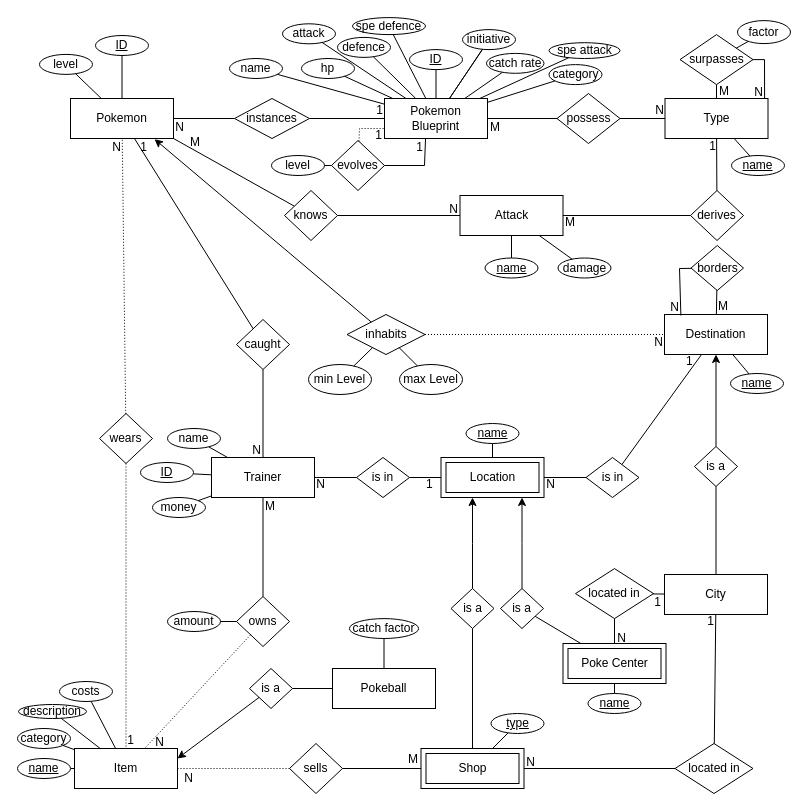
Before: Projekt/Pokemon Scuffed Grey.drawio in mypictur3esforu/Pokemon-Scuffed-Grey, a draw.io diagram. Source tidied: cells renumbered, new cells numbered last; positions are measured from the earlier drawing's top-left corner, leaving out a move shared by most shapes. Both pictures are drawn from the tidied source at 100%, with x=0, y=0 at pixel (17, 17).
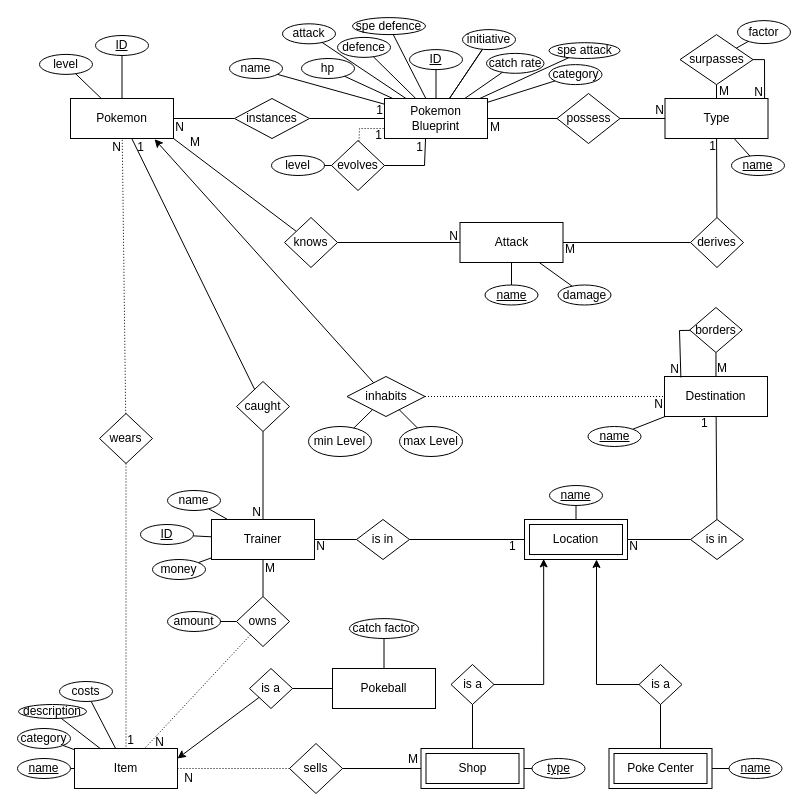
Above is the later version.

Commit message (it also covers changes not shown here):
City Deleted City Deleted and Reletations from Shop and Poke Center to City and later Destination. Shops and Poke Center now just are Locations.

Unchanged cells that the change refers to:
```xml
<mxCell id="13" value="Shop" style="shape=ext;margin=3;double=1;whiteSpace=wrap;html=1;align=center;" parent="1" vertex="1">
  <mxGeometry x="403.5" y="731" width="103" height="40" as="geometry" />
</mxCell>
```

What changed in the source:
```diff
@@
     <mxCell id="3" value="Destination" style="whiteSpace=wrap;html=1;align=center;" parent="1" vertex="1">
-      <mxGeometry x="647" y="297" width="103" height="40" as="geometry" />
+      <mxGeometry x="647" y="359" width="103" height="40" as="geometry" />
     </mxCell>
     <mxCell id="4" value="Trainer" style="whiteSpace=wrap;html=1;align=center;" parent="1" vertex="1">
-      <mxGeometry x="194" y="440" width="103" height="40" as="geometry" />
+      <mxGeometry x="194" y="502" width="103" height="40" as="geometry" />
     </mxCell>
     <mxCell id="5" value="Attack" style="whiteSpace=wrap;html=1;align=center;" parent="1" vertex="1">
-      <mxGeometry x="442.5" y="178" width="103" height="40" as="geometry" />
+      <mxGeometry x="442.5" y="205" width="103" height="40" as="geometry" />
     </mxCell>
-    <mxCell id="6" value="City" style="whiteSpace=wrap;html=1;align=center;" parent="1" vertex="1">
-      <mxGeometry x="647" y="557" width="103" height="40" as="geometry" />
-    </mxCell>
-    <mxCell id="7" style="edgeStyle=orthogonalEdgeStyle;rounded=0;jettySize=auto;html=1;" parent="1" edge="1" source="8" target="3">
-      <mxGeometry relative="1" as="geometry" />
-    </mxCell>
-    <mxCell id="8" value="is a" style="shape=rhombus;perimeter=rhombusPerimeter;whiteSpace=wrap;html=1;align=center;" parent="1" vertex="1">
-      <mxGeometry x="677" y="429" width="43" height="40" as="geometry" />
-    </mxCell>
-    <mxCell id="9" style="endArrow=none;html=1;rounded=0;" parent="1" edge="1" source="6" target="8">
-      <mxGeometry relative="1" as="geometry" />
-    </mxCell>
     <mxCell id="10" value="caught" style="shape=rhombus;perimeter=rhombusPerimeter;whiteSpace=wrap;html=1;align=center;" parent="1" vertex="1">
-      <mxGeometry x="219" y="302" width="53" height="50" as="geometry" />
+      <mxGeometry x="219" y="364" width="53" height="50" as="geometry" />
     </mxCell>
     <mxCell id="11" value="Poke Center" style="shape=ext;margin=3;double=1;whiteSpace=wrap;html=1;align=center;" parent="1" vertex="1">
-      <mxGeometry x="545.5" y="626" width="103" height="40" as="geometry" />
+      <mxGeometry x="591.5" y="731" width="103" height="40" as="geometry" />
     </mxCell>
-    <mxCell id="12" value="located in" style="shape=rhombus;perimeter=rhombusPerimeter;whiteSpace=wrap;html=1;align=center;" parent="1" vertex="1">
-      <mxGeometry x="558" y="551.1" width="78" height="50" as="geometry" />
-    </mxCell>
@@
-    <mxCell id="14" value="located in" style="shape=rhombus;perimeter=rhombusPerimeter;whiteSpace=wrap;html=1;align=center;" parent="1" vertex="1">
-      <mxGeometry x="657.5" y="726" width="78" height="50" as="geometry" />
-    </mxCell>
@@
     <mxCell id="24" value="knows" style="shape=rhombus;perimeter=rhombusPerimeter;whiteSpace=wrap;html=1;align=center;" parent="1" vertex="1">
-      <mxGeometry x="267" y="173" width="53" height="50" as="geometry" />
+      <mxGeometry x="267" y="200" width="53" height="50" as="geometry" />
     </mxCell>
@@
     <mxCell id="31" value="is in" style="shape=rhombus;perimeter=rhombusPerimeter;whiteSpace=wrap;html=1;align=center;" parent="1" vertex="1">
-      <mxGeometry x="339" y="440" width="53" height="40" as="geometry" />
+      <mxGeometry x="339" y="502" width="53" height="40" as="geometry" />
     </mxCell>
@@
-    <mxCell id="39" style="endArrow=none;html=1;rounded=0;" parent="1" edge="1" source="14" target="13">
-      <mxGeometry relative="1" as="geometry" />
-    </mxCell>
-    <mxCell id="40" value="N" style="html=1;whiteSpace=wrap;align=right;verticalAlign=bottom;" parent="39" vertex="1">
-      <mxGeometry x="1" relative="1" as="geometry">
-        <mxPoint x="12" y="2" as="offset" />
-      </mxGeometry>
-    </mxCell>
-    <mxCell id="41" style="endArrow=none;html=1;rounded=0;" parent="1" edge="1" source="14" target="6">
-      <mxGeometry relative="1" as="geometry" />
-    </mxCell>
-    <mxCell id="42" value="1" style="html=1;whiteSpace=wrap;align=right;verticalAlign=bottom;" parent="41" vertex="1">
-      <mxGeometry x="1" relative="1" as="geometry">
-        <mxPoint y="15" as="offset" />
-      </mxGeometry>
-    </mxCell>
-    <mxCell id="43" style="endArrow=none;html=1;rounded=0;" parent="1" edge="1" source="12" target="11">
-      <mxGeometry relative="1" as="geometry" />
-    </mxCell>
-    <mxCell id="44" value="N" style="html=1;whiteSpace=wrap;align=right;verticalAlign=bottom;" parent="43" vertex="1">
-      <mxGeometry x="1" relative="1" as="geometry">
-        <mxPoint x="13" y="3" as="offset" />
-      </mxGeometry>
-    </mxCell>
-    <mxCell id="45" style="endArrow=none;html=1;rounded=0;" parent="1" edge="1" source="12" target="6">
-      <mxGeometry relative="1" as="geometry" />
-    </mxCell>
-    <mxCell id="46" value="1" style="html=1;whiteSpace=wrap;align=right;verticalAlign=bottom;" parent="45" vertex="1">
-      <mxGeometry x="1" relative="1" as="geometry">
-        <mxPoint x="-2" y="16" as="offset" />
-      </mxGeometry>
-    </mxCell>
@@
     <mxCell id="61" value="inhabits" style="shape=rhombus;perimeter=rhombusPerimeter;whiteSpace=wrap;html=1;align=center;" parent="1" vertex="1">
-      <mxGeometry x="329.5" y="297" width="78" height="40" as="geometry" />
+      <mxGeometry x="329.5" y="359" width="78" height="40" as="geometry" />
     </mxCell>
@@
     <mxCell id="79" value="min Level" style="ellipse;whiteSpace=wrap;html=1;align=center;" parent="1" vertex="1">
-      <mxGeometry x="291" y="347" width="63" height="30" as="geometry" />
+      <mxGeometry x="291" y="409" width="63" height="30" as="geometry" />
     </mxCell>
@@
     <mxCell id="85" value="name" style="ellipse;whiteSpace=wrap;html=1;align=center;" parent="1" vertex="1">
-      <mxGeometry x="150" y="411" width="53" height="20" as="geometry" />
+      <mxGeometry x="150" y="473" width="53" height="20" as="geometry" />
     </mxCell>
@@
     <mxCell id="90" value="ID" style="ellipse;whiteSpace=wrap;html=1;align=center;fontStyle=4;" parent="1" vertex="1">
-      <mxGeometry x="123" y="445" width="53" height="20" as="geometry" />
+      <mxGeometry x="123" y="507" width="53" height="20" as="geometry" />
     </mxCell>
@@
     <mxCell id="92" value="name" style="ellipse;whiteSpace=wrap;html=1;align=center;fontStyle=4;" parent="1" vertex="1">
-      <mxGeometry x="467.5" y="240.5" width="53" height="20" as="geometry" />
+      <mxGeometry x="467.5" y="267.5" width="53" height="20" as="geometry" />
     </mxCell>
@@
     <mxCell id="94" value="max Level" style="ellipse;whiteSpace=wrap;html=1;align=center;" parent="1" vertex="1">
-      <mxGeometry x="382" y="347" width="63" height="30" as="geometry" />
+      <mxGeometry x="382" y="409" width="63" height="30" as="geometry" />
     </mxCell>
@@
     <mxCell id="97" value="money" style="ellipse;whiteSpace=wrap;html=1;align=center;" parent="1" vertex="1">
-      <mxGeometry x="135" y="480" width="53" height="20" as="geometry" />
+      <mxGeometry x="135" y="542" width="53" height="20" as="geometry" />
     </mxCell>
@@
     <mxCell id="101" value="name" style="ellipse;whiteSpace=wrap;html=1;align=center;fontStyle=4;" parent="1" vertex="1">
-      <mxGeometry x="713" y="356" width="53" height="20" as="geometry" />
+      <mxGeometry x="570.5" y="409" width="53" height="20" as="geometry" />
     </mxCell>
@@
     <mxCell id="103" value="derives" style="shape=rhombus;perimeter=rhombusPerimeter;whiteSpace=wrap;html=1;align=center;" parent="1" vertex="1">
-      <mxGeometry x="673" y="173" width="53" height="50" as="geometry" />
+      <mxGeometry x="673" y="200" width="53" height="50" as="geometry" />
     </mxCell>
@@
     <mxCell id="108" value="type" style="ellipse;whiteSpace=wrap;html=1;align=center;fontStyle=4;" parent="1" vertex="1">
-      <mxGeometry x="473.5" y="696" width="53" height="20" as="geometry" />
+      <mxGeometry x="514.5" y="741" width="53" height="20" as="geometry" />
     </mxCell>
@@
     <mxCell id="111" value="name" style="ellipse;whiteSpace=wrap;html=1;align=center;fontStyle=4;" parent="1" vertex="1">
-      <mxGeometry x="570.5" y="676" width="53" height="20" as="geometry" />
+      <mxGeometry x="711.5" y="741" width="53" height="20" as="geometry" />
     </mxCell>
     <mxCell id="112" value="damage" style="ellipse;whiteSpace=wrap;html=1;align=center;" parent="1" vertex="1">
-      <mxGeometry x="540.5" y="240.5" width="53" height="20" as="geometry" />
+      <mxGeometry x="540.5" y="267.5" width="53" height="20" as="geometry" />
     </mxCell>
@@
     <mxCell id="138" style="endArrow=none;html=1;rounded=0;entryX=0.159;entryY=0.025;entryDx=0;entryDy=0;entryPerimeter=0;" parent="1" edge="1" source="142" target="3">
       <mxGeometry relative="1" as="geometry">
         <Array as="points">
-          <mxPoint x="662" y="251" />
+          <mxPoint x="662" y="313" />
         </Array>
       </mxGeometry>
     </mxCell>
@@
     <mxCell id="142" value="borders" style="shape=rhombus;perimeter=rhombusPerimeter;whiteSpace=wrap;html=1;align=center;" parent="1" vertex="1">
-      <mxGeometry x="673.5" y="228" width="52.5" height="45" as="geometry" />
+      <mxGeometry x="672.2" y="290" width="52.5" height="45" as="geometry" />
     </mxCell>
@@
     <mxCell id="157" value="Location" style="shape=ext;margin=3;double=1;whiteSpace=wrap;html=1;align=center;" parent="1" vertex="1">
-      <mxGeometry x="423.5" y="440" width="103" height="40" as="geometry" />
+      <mxGeometry x="507" y="502" width="103" height="40" as="geometry" />
     </mxCell>
     <mxCell id="158" value="is a" style="shape=rhombus;perimeter=rhombusPerimeter;whiteSpace=wrap;html=1;align=center;" parent="1" vertex="1">
-      <mxGeometry x="433.5" y="571" width="43" height="40" as="geometry" />
+      <mxGeometry x="433.5" y="647" width="43" height="40" as="geometry" />
     </mxCell>
@@
-    <mxCell id="160" style="edgeStyle=orthogonalEdgeStyle;rounded=0;jettySize=auto;html=1;" parent="1" edge="1" source="158">
-      <mxGeometry relative="1" as="geometry">
-        <mxPoint x="455" y="480" as="targetPoint" />
-      </mxGeometry>
+    <mxCell id="160" style="edgeStyle=orthogonalEdgeStyle;rounded=0;jettySize=auto;html=1;entryX=0.186;entryY=0.985;entryDx=0;entryDy=0;entryPerimeter=0;" parent="1" edge="1" source="158" target="157">
+      <mxGeometry relative="1" as="geometry" />
     </mxCell>
     <mxCell id="161" value="is a" style="shape=rhombus;perimeter=rhombusPerimeter;whiteSpace=wrap;html=1;align=center;" parent="1" vertex="1">
-      <mxGeometry x="483" y="571" width="43" height="40" as="geometry" />
+      <mxGeometry x="621.5" y="647" width="43" height="40" as="geometry" />
     </mxCell>
@@
-    <mxCell id="163" style="edgeStyle=orthogonalEdgeStyle;rounded=0;jettySize=auto;html=1;entryX=1;entryY=1;entryDx=0;entryDy=0;" parent="1" edge="1" source="161">
+    <mxCell id="163" style="edgeStyle=orthogonalEdgeStyle;rounded=0;jettySize=auto;html=1;" parent="1" edge="1" source="161" target="157">
       <mxGeometry relative="1" as="geometry">
-        <mxPoint x="504.5" y="480" as="targetPoint" />
+        <Array as="points">
+          <mxPoint x="579" y="667" />
+        </Array>
       </mxGeometry>
     </mxCell>
@@
     <mxCell id="166" value="is in" style="shape=rhombus;perimeter=rhombusPerimeter;whiteSpace=wrap;html=1;align=center;" parent="1" vertex="1">
-      <mxGeometry x="568.5" y="440" width="53" height="40" as="geometry" />
+      <mxGeometry x="673" y="502" width="53" height="40" as="geometry" />
     </mxCell>
@@
     <mxCell id="169" value="name" style="ellipse;whiteSpace=wrap;html=1;align=center;fontStyle=4;" parent="1" vertex="1">
-      <mxGeometry x="448.5" y="406" width="53" height="20" as="geometry" />
+      <mxGeometry x="532" y="468" width="53" height="20" as="geometry" />
     </mxCell>
```
